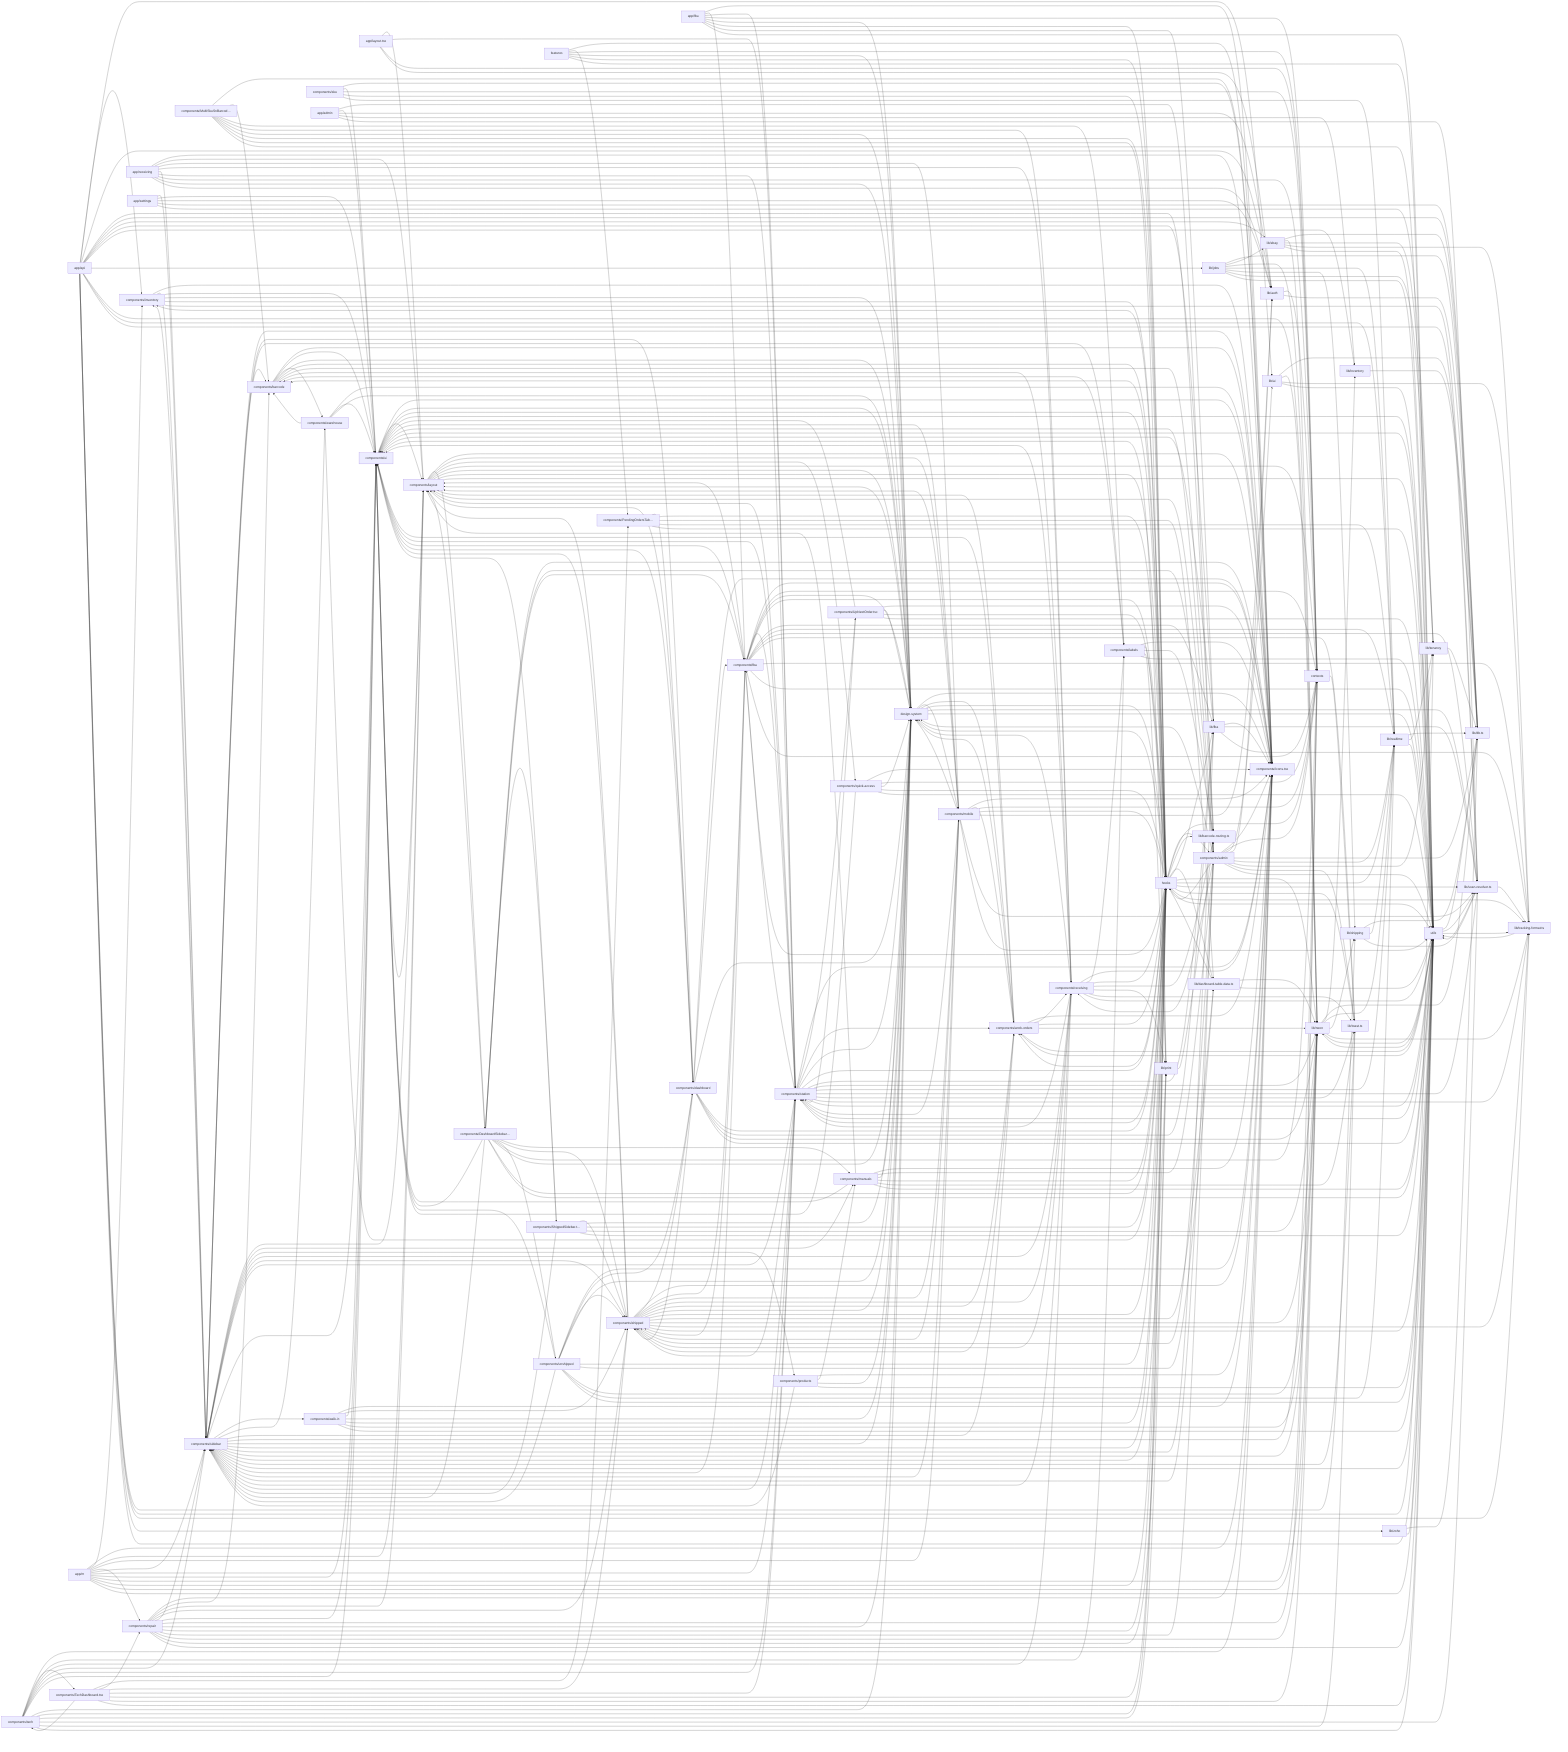
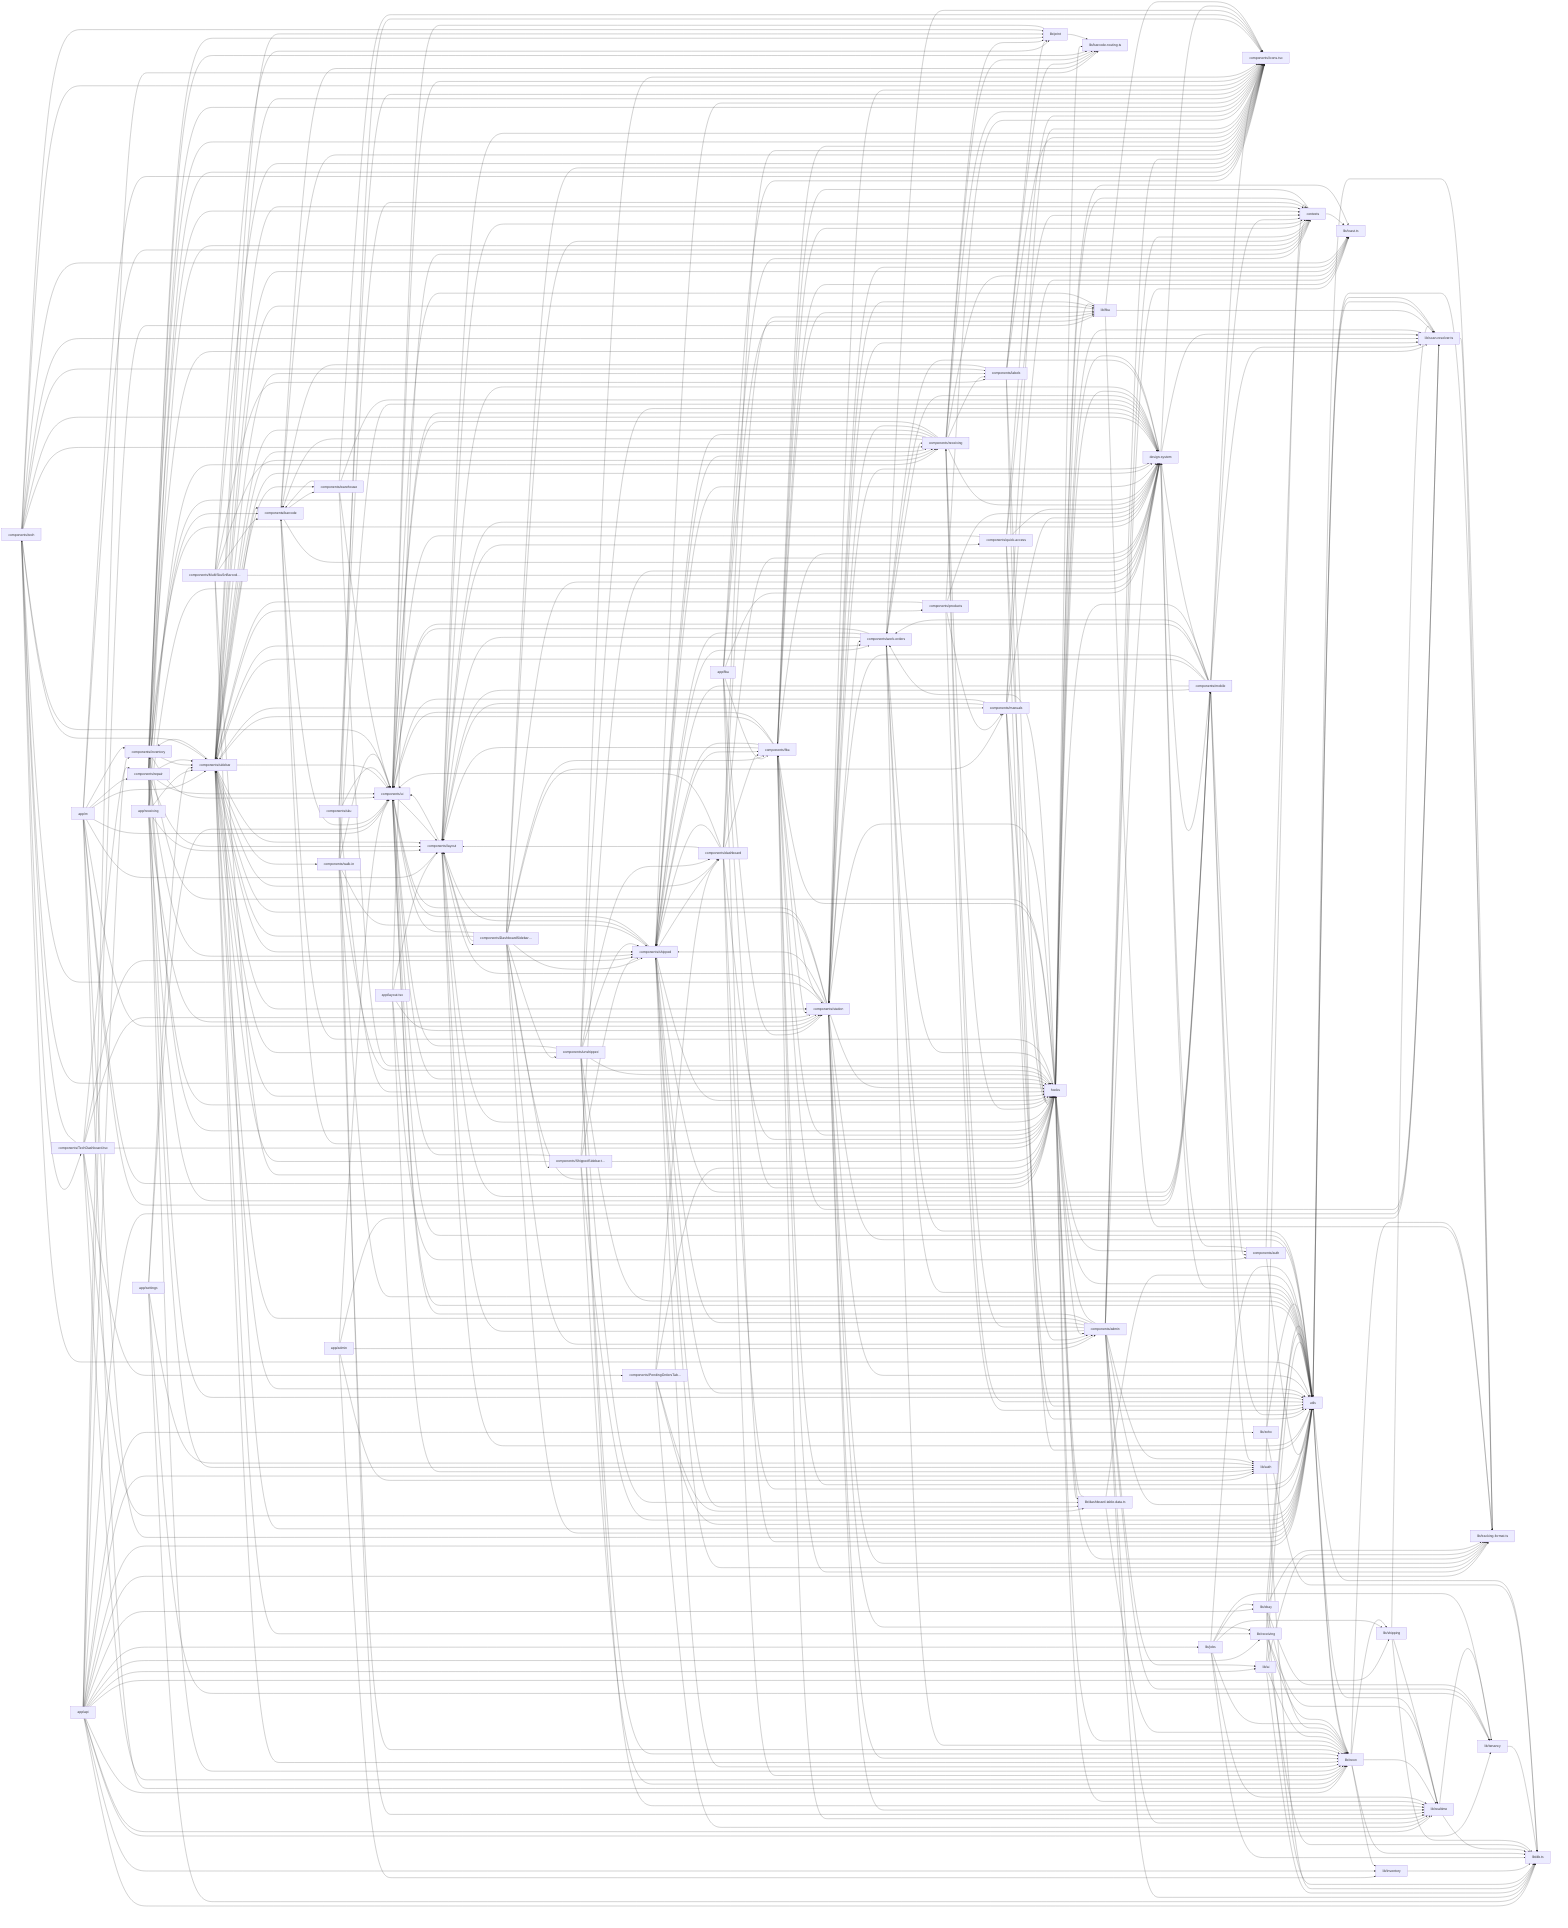
flowchart LR
  app_api["app/api"]
  click app_api "src/app/api/scan-tracking/route.ts" "Open src/app/api/scan-tracking/route.ts"
  hooks["hooks"]
  click hooks "src/hooks/_lifecycle.ts" "Open src/hooks/_lifecycle.ts"
  utils["utils"]
  click utils "src/utils/upnext-shared.ts" "Open src/utils/upnext-shared.ts"
+   components_sidebar["components/sidebar"]
+   click components_sidebar "src/components/sidebar/DeviceModeToggle.tsx" "Open src/components/sidebar/DeviceModeToggle.tsx"
  components_Icons_tsx["components/Icons.tsx"]
  click components_Icons_tsx "src/components/Icons.tsx" "Open src/components/Icons.tsx"
-   components_sidebar["components/sidebar"]
-   click components_sidebar "src/components/sidebar/DeviceModeToggle.tsx" "Open src/components/sidebar/DeviceModeToggle.tsx"
  design_system["design-system"]
  click design_system "src/design-system/index.ts" "Open src/design-system/index.ts"
  components_ui["components/ui"]
  click components_ui "src/components/ui/DeleteButton.tsx" "Open src/components/ui/DeleteButton.tsx"
  lib_db_ts["lib/db.ts"]
  click lib_db_ts "src/lib/db.ts" "Open src/lib/db.ts"
  components_station["components/station"]
  click components_station "src/components/station/BarcodeScanner.tsx" "Open src/components/station/BarcodeScanner.tsx"
  components_shipped["components/shipped"]
  click components_shipped "src/components/shipped/DateGroupHeader.tsx" "Open src/components/shipped/DateGroupHeader.tsx"
  components_layout["components/layout"]
  click components_layout "src/components/layout/OfflineBanner.tsx" "Open src/components/layout/OfflineBanner.tsx"
  lib_neon["lib/neon"]
  click lib_neon "src/lib/neon/serial-units-queries.ts" "Open src/lib/neon/serial-units-queries.ts"
  contexts["contexts"]
  click contexts "src/contexts/HeaderContext.tsx" "Open src/contexts/HeaderContext.tsx"
  components_admin["components/admin"]
  click components_admin "src/components/admin/AccessSidebarPanel.tsx" "Open src/components/admin/AccessSidebarPanel.tsx"
  components_receiving["components/receiving"]
  click components_receiving "src/components/receiving/Mode2Unboxing.tsx" "Open src/components/receiving/Mode2Unboxing.tsx"
  components_mobile["components/mobile"]
  click components_mobile "src/components/mobile/ScanSurface.tsx" "Open src/components/mobile/ScanSurface.tsx"
  components_fba["components/fba"]
  click components_fba "src/components/fba/FbaShippedTable.tsx" "Open src/components/fba/FbaShippedTable.tsx"
  components_work_orders["components/work-orders"]
  click components_work_orders "src/components/work-orders/WorkOrderInfoStrip.tsx" "Open src/components/work-orders/WorkOrderInfoStrip.tsx"
  lib_realtime["lib/realtime"]
  click lib_realtime "src/lib/realtime/db-events.ts" "Open src/lib/realtime/db-events.ts"
  components_repair["components/repair"]
  click components_repair "src/components/repair/SignaturePad.tsx" "Open src/components/repair/SignaturePad.tsx"
  lib_auth["lib/auth"]
  click lib_auth "src/lib/auth/permission-registry.ts" "Open src/lib/auth/permission-registry.ts"
  components_DashboardSidebar_tsx["components/DashboardSidebar…"]
  click components_DashboardSidebar_tsx "src/components/DashboardSidebar.tsx" "Open src/components/DashboardSidebar.tsx"
  components_tech["components/tech"]
  click components_tech "src/components/tech/UpNextActionDock.tsx" "Open src/components/tech/UpNextActionDock.tsx"
  lib_scan_resolver_ts["lib/scan-resolver.ts"]
  click lib_scan_resolver_ts "src/lib/scan-resolver.ts" "Open src/lib/scan-resolver.ts"
  lib_tracking_format_ts["lib/tracking-format.ts"]
  click lib_tracking_format_ts "src/lib/tracking-format.ts" "Open src/lib/tracking-format.ts"
  components_dashboard["components/dashboard"]
  click components_dashboard "src/components/dashboard/StockZohoOrdersTable.tsx" "Open src/components/dashboard/StockZohoOrdersTable.tsx"
  components_barcode["components/barcode"]
  click components_barcode "src/components/barcode/SkuInput.tsx" "Open src/components/barcode/SkuInput.tsx"
  lib_jobs["lib/jobs"]
  click lib_jobs "src/lib/jobs/ebay-sync.ts" "Open src/lib/jobs/ebay-sync.ts"
  app_m["app/m"]
  click app_m "src/app/m/layout.tsx" "Open src/app/m/layout.tsx"
  components_unshipped["components/unshipped"]
  click components_unshipped "src/components/unshipped/UnshippedTable.tsx" "Open src/components/unshipped/UnshippedTable.tsx"
  components_manuals["components/manuals"]
  click components_manuals "src/components/manuals/ManualsLibrarySidebar.tsx" "Open src/components/manuals/ManualsLibrarySidebar.tsx"
  components_inventory["components/inventory"]
  click components_inventory "src/components/inventory/InventoryShell.tsx" "Open src/components/inventory/InventoryShell.tsx"
  lib_fba["lib/fba"]
  click lib_fba "src/lib/fba/board-item.ts" "Open src/lib/fba/board-item.ts"
  app_receiving["app/receiving"]
  click app_receiving "src/app/receiving/page.tsx" "Open src/app/receiving/page.tsx"
  components_walk_in["components/walk-in"]
  click components_walk_in "src/components/walk-in/SalesDetailsPanel.tsx" "Open src/components/walk-in/SalesDetailsPanel.tsx"
  lib_tenancy["lib/tenancy"]
  click lib_tenancy "src/lib/tenancy/db.test.ts" "Open src/lib/tenancy/db.test.ts"
  components_TechDashboard_tsx["components/TechDashboard.tsx"]
  click components_TechDashboard_tsx "src/components/TechDashboard.tsx" "Open src/components/TechDashboard.tsx"
  components_labels["components/labels"]
  click components_labels "src/components/labels/ReceivingCartonLabel.tsx" "Open src/components/labels/ReceivingCartonLabel.tsx"
  components_warehouse["components/warehouse"]
  click components_warehouse "src/components/warehouse/roomFinderContext.tsx" "Open src/components/warehouse/roomFinderContext.tsx"
  lib_toast_ts["lib/toast.ts"]
  click lib_toast_ts "src/lib/toast.ts" "Open src/lib/toast.ts"
  lib_print["lib/print"]
  click lib_print "src/lib/print/printRepairLabel.ts" "Open src/lib/print/printRepairLabel.ts"
  app_layout_tsx["app/layout.tsx"]
  click app_layout_tsx "src/app/layout.tsx" "Open src/app/layout.tsx"
  components_ShippedSidebar_tsx["components/ShippedSidebar.t…"]
  click components_ShippedSidebar_tsx "src/components/ShippedSidebar.tsx" "Open src/components/ShippedSidebar.tsx"
  components_quick_access["components/quick-access"]
  click components_quick_access "src/components/quick-access/RecentSection.tsx" "Open src/components/quick-access/RecentSection.tsx"
  components_sku["components/sku"]
  click components_sku "src/components/sku/BinRowDetailsSheet.tsx" "Open src/components/sku/BinRowDetailsSheet.tsx"
  lib_shipping["lib/shipping"]
  click lib_shipping "src/lib/shipping/repository.ts" "Open src/lib/shipping/repository.ts"
-   lib_ebay["lib/ebay"]
-   click lib_ebay "src/lib/ebay/token-refresh.ts" "Open src/lib/ebay/token-refresh.ts"
  lib_ai["lib/ai"]
  click lib_ai "src/lib/ai/date-range.test.ts" "Open src/lib/ai/date-range.test.ts"
+   lib_receiving["lib/receiving"]
+   click lib_receiving "src/lib/receiving/zoho-serial-sync.ts" "Open src/lib/receiving/zoho-serial-sync.ts"
  app_fba["app/fba"]
  click app_fba "src/app/fba/page.tsx" "Open src/app/fba/page.tsx"
  components_MultiSkuSnBarcode_tsx["components/MultiSkuSnBarcod…"]
  click components_MultiSkuSnBarcode_tsx "src/components/MultiSkuSnBarcode.tsx" "Open src/components/MultiSkuSnBarcode.tsx"
  components_PendingOrdersTable_tsx["components/PendingOrdersTab…"]
  click components_PendingOrdersTable_tsx "src/components/PendingOrdersTable.tsx" "Open src/components/PendingOrdersTable.tsx"
  components_products["components/products"]
  click components_products "src/components/products/types.ts" "Open src/components/products/types.ts"
+   components_auth["components/auth"]
+   click components_auth "src/components/auth/StepUpModal.tsx" "Open src/components/auth/StepUpModal.tsx"
  lib_dashboard_table_data_ts["lib/dashboard-table-data.ts"]
  click lib_dashboard_table_data_ts "src/lib/dashboard-table-data.ts" "Open src/lib/dashboard-table-data.ts"
  lib_barcode_routing_ts["lib/barcode-routing.ts"]
  click lib_barcode_routing_ts "src/lib/barcode-routing.ts" "Open src/lib/barcode-routing.ts"
  lib_zoho["lib/zoho"]
  click lib_zoho "src/lib/zoho/mock.ts" "Open src/lib/zoho/mock.ts"
+   lib_ebay["lib/ebay"]
+   click lib_ebay "src/lib/ebay/token-refresh.ts" "Open src/lib/ebay/token-refresh.ts"
  lib_inventory["lib/inventory"]
  click lib_inventory "src/lib/inventory/internal-gtin.ts" "Open src/lib/inventory/internal-gtin.ts"
  app_settings["app/settings"]
  click app_settings "src/app/settings/page.tsx" "Open src/app/settings/page.tsx"
  app_admin["app/admin"]
  click app_admin "src/app/admin/page.tsx" "Open src/app/admin/page.tsx"
-   features["features"]
-   click features "src/features/operations/operations-data-sources.ts" "Open src/features/operations/operations-data-sources.ts"
-   components_UpNextOrder_tsx["components/UpNextOrder.tsx"]
-   click components_UpNextOrder_tsx "src/components/UpNextOrder.tsx" "Open src/components/UpNextOrder.tsx"
  app_admin --> components_admin
  app_admin --> components_ui
  app_admin --> lib_auth
  app_admin --> lib_inventory
  app_admin --> lib_scan_resolver_ts
  app_api --> components_inventory
  app_api --> lib_ai
  app_api --> lib_auth
  app_api --> lib_barcode_routing_ts
  app_api --> lib_db_ts
  app_api --> lib_ebay
  app_api --> lib_fba
  app_api --> lib_inventory
  app_api --> lib_jobs
  app_api --> lib_neon
  app_api --> lib_realtime
+   app_api --> lib_receiving
  app_api --> lib_scan_resolver_ts
  app_api --> lib_shipping
  app_api --> lib_tenancy
  app_api --> lib_tracking_format_ts
  app_api --> lib_zoho
  app_api --> utils
  app_fba --> components_Icons_tsx
  app_fba --> components_fba
  app_fba --> components_station
  app_fba --> contexts
  app_fba --> design_system
  app_fba --> hooks
  app_fba --> lib_fba
  app_fba --> utils
+   app_layout_tsx --> components_auth
  app_layout_tsx --> components_layout
  app_layout_tsx --> components_station
  app_layout_tsx --> contexts
  app_layout_tsx --> lib_auth
  app_m --> components_Icons_tsx
  app_m --> components_inventory
  app_m --> components_layout
  app_m --> components_mobile
  app_m --> components_repair
  app_m --> components_sidebar
  app_m --> components_station
  app_m --> components_ui
  app_m --> contexts
  app_m --> hooks
  app_m --> lib_neon
  app_m --> utils
  app_receiving --> components_Icons_tsx
  app_receiving --> components_layout
  app_receiving --> components_mobile
  app_receiving --> components_receiving
  app_receiving --> components_sidebar
  app_receiving --> components_station
  app_receiving --> contexts
  app_receiving --> design_system
  app_receiving --> lib_auth
  app_settings --> components_sidebar
  app_settings --> components_ui
  app_settings --> lib_auth
  app_settings --> lib_db_ts
  app_settings --> lib_tenancy
  components_DashboardSidebar_tsx --> components_Icons_tsx
  components_DashboardSidebar_tsx --> components_ShippedSidebar_tsx
  components_DashboardSidebar_tsx --> components_admin
  components_DashboardSidebar_tsx --> components_fba
  components_DashboardSidebar_tsx --> components_layout
  components_DashboardSidebar_tsx --> components_manuals
  components_DashboardSidebar_tsx --> components_shipped
  components_DashboardSidebar_tsx --> components_sidebar
  components_DashboardSidebar_tsx --> components_ui
  components_DashboardSidebar_tsx --> components_unshipped
  components_DashboardSidebar_tsx --> contexts
  components_DashboardSidebar_tsx --> design_system
  components_DashboardSidebar_tsx --> hooks
  components_DashboardSidebar_tsx --> utils
  components_MultiSkuSnBarcode_tsx --> components_Icons_tsx
  components_MultiSkuSnBarcode_tsx --> components_barcode
  components_MultiSkuSnBarcode_tsx --> components_labels
  components_MultiSkuSnBarcode_tsx --> components_receiving
  components_MultiSkuSnBarcode_tsx --> design_system
  components_MultiSkuSnBarcode_tsx --> hooks
  components_MultiSkuSnBarcode_tsx --> lib_print
  components_MultiSkuSnBarcode_tsx --> utils
  components_PendingOrdersTable_tsx --> components_dashboard
  components_PendingOrdersTable_tsx --> hooks
  components_PendingOrdersTable_tsx --> lib_dashboard_table_data_ts
  components_PendingOrdersTable_tsx --> lib_realtime
  components_PendingOrdersTable_tsx --> utils
  components_ShippedSidebar_tsx --> components_shipped
  components_ShippedSidebar_tsx --> components_sidebar
  components_ShippedSidebar_tsx --> components_ui
  components_ShippedSidebar_tsx --> design_system
  components_ShippedSidebar_tsx --> hooks
  components_ShippedSidebar_tsx --> lib_neon
  components_ShippedSidebar_tsx --> utils
  components_TechDashboard_tsx --> components_PendingOrdersTable_tsx
  components_TechDashboard_tsx --> components_repair
  components_TechDashboard_tsx --> components_shipped
  components_TechDashboard_tsx --> components_station
  components_TechDashboard_tsx --> components_tech
  components_TechDashboard_tsx --> hooks
  components_TechDashboard_tsx --> lib_neon
  components_TechDashboard_tsx --> utils
-   components_UpNextOrder_tsx --> components_Icons_tsx
-   components_UpNextOrder_tsx --> components_station
-   components_UpNextOrder_tsx --> components_ui
-   components_UpNextOrder_tsx --> design_system
-   components_UpNextOrder_tsx --> hooks
-   components_UpNextOrder_tsx --> utils
  components_admin --> components_Icons_tsx
  components_admin --> components_layout
  components_admin --> components_receiving
  components_admin --> components_shipped
  components_admin --> components_sidebar
  components_admin --> components_ui
  components_admin --> contexts
  components_admin --> design_system
  components_admin --> hooks
  components_admin --> lib_ai
  components_admin --> lib_auth
  components_admin --> lib_db_ts
  components_admin --> lib_realtime
  components_admin --> lib_tenancy
  components_admin --> lib_toast_ts
  components_admin --> utils
+   components_auth --> contexts
+   components_auth --> design_system
+   components_auth --> utils
  components_barcode --> components_Icons_tsx
  components_barcode --> components_ui
  components_barcode --> components_warehouse
  components_barcode --> design_system
  components_barcode --> hooks
  components_barcode --> lib_barcode_routing_ts
  components_dashboard --> components_Icons_tsx
  components_dashboard --> components_fba
  components_dashboard --> components_layout
  components_dashboard --> components_shipped
  components_dashboard --> components_ui
  components_dashboard --> design_system
  components_dashboard --> hooks
  components_dashboard --> lib_fba
  components_dashboard --> lib_neon
  components_dashboard --> utils
  components_fba --> components_Icons_tsx
  components_fba --> components_layout
  components_fba --> components_shipped
  components_fba --> components_sidebar
  components_fba --> components_station
  components_fba --> components_ui
  components_fba --> contexts
  components_fba --> design_system
  components_fba --> hooks
  components_fba --> lib_fba
  components_fba --> lib_realtime
  components_fba --> lib_scan_resolver_ts
  components_fba --> lib_toast_ts
  components_fba --> lib_tracking_format_ts
  components_fba --> utils
  components_inventory --> components_Icons_tsx
  components_inventory --> components_sidebar
  components_inventory --> components_ui
  components_inventory --> design_system
  components_inventory --> hooks
  components_inventory --> lib_scan_resolver_ts
  components_labels --> components_Icons_tsx
  components_labels --> components_barcode
  components_labels --> hooks
  components_labels --> lib_barcode_routing_ts
  components_labels --> lib_print
  components_labels --> utils
  components_layout --> components_DashboardSidebar_tsx
  components_layout --> components_Icons_tsx
  components_layout --> components_mobile
  components_layout --> components_quick_access
  components_layout --> components_ui
  components_layout --> contexts
  components_layout --> design_system
  components_layout --> hooks
  components_layout --> utils
  components_manuals --> components_Icons_tsx
  components_manuals --> components_admin
  components_manuals --> components_layout
  components_manuals --> components_ui
  components_manuals --> design_system
  components_manuals --> hooks
  components_manuals --> lib_toast_ts
  components_manuals --> utils
  components_mobile --> components_Icons_tsx
+   components_mobile --> components_auth
  components_mobile --> components_layout
  components_mobile --> components_shipped
  components_mobile --> components_sidebar
  components_mobile --> components_station
  components_mobile --> components_ui
  components_mobile --> components_work_orders
  components_mobile --> contexts
  components_mobile --> design_system
  components_mobile --> hooks
  components_mobile --> lib_auth
  components_mobile --> lib_scan_resolver_ts
  components_mobile --> utils
  components_products --> components_Icons_tsx
  components_products --> components_manuals
  components_products --> components_sidebar
  components_products --> design_system
  components_products --> utils
  components_quick_access --> components_Icons_tsx
  components_quick_access --> components_ui
  components_quick_access --> contexts
  components_quick_access --> design_system
  components_quick_access --> hooks
  components_quick_access --> utils
  components_receiving --> components_Icons_tsx
  components_receiving --> components_barcode
  components_receiving --> components_labels
  components_receiving --> components_shipped
  components_receiving --> components_sidebar
  components_receiving --> components_station
  components_receiving --> components_ui
  components_receiving --> design_system
  components_receiving --> hooks
  components_receiving --> lib_barcode_routing_ts
  components_receiving --> lib_print
  components_receiving --> lib_toast_ts
  components_receiving --> utils
  components_repair --> components_Icons_tsx
  components_repair --> components_barcode
  components_repair --> components_layout
  components_repair --> components_shipped
  components_repair --> components_sidebar
  components_repair --> components_ui
  components_repair --> contexts
  components_repair --> design_system
  components_repair --> hooks
  components_repair --> lib_barcode_routing_ts
  components_repair --> lib_neon
  components_repair --> lib_print
  components_repair --> utils
  components_shipped --> components_Icons_tsx
  components_shipped --> components_dashboard
  components_shipped --> components_fba
  components_shipped --> components_layout
  components_shipped --> components_mobile
  components_shipped --> components_receiving
  components_shipped --> components_ui
  components_shipped --> components_work_orders
  components_shipped --> design_system
  components_shipped --> hooks
  components_shipped --> lib_dashboard_table_data_ts
  components_shipped --> lib_neon
  components_shipped --> lib_tracking_format_ts
  components_shipped --> utils
  components_sidebar --> components_Icons_tsx
  components_sidebar --> components_barcode
  components_sidebar --> components_dashboard
  components_sidebar --> components_inventory
  components_sidebar --> components_labels
  components_sidebar --> components_layout
  components_sidebar --> components_manuals
  components_sidebar --> components_products
  components_sidebar --> components_receiving
  components_sidebar --> components_shipped
  components_sidebar --> components_station
  components_sidebar --> components_ui
  components_sidebar --> components_walk_in
  components_sidebar --> components_warehouse
  components_sidebar --> components_work_orders
  components_sidebar --> contexts
  components_sidebar --> design_system
  components_sidebar --> hooks
  components_sidebar --> lib_fba
  components_sidebar --> lib_neon
  components_sidebar --> lib_print
+   components_sidebar --> lib_receiving
  components_sidebar --> lib_toast_ts
  components_sidebar --> utils
  components_sku --> components_Icons_tsx
  components_sku --> components_ui
  components_sku --> contexts
  components_sku --> hooks
  components_sku --> lib_realtime
  components_station --> components_Icons_tsx
-   components_station --> components_UpNextOrder_tsx
  components_station --> components_fba
  components_station --> components_layout
  components_station --> components_shipped
  components_station --> components_sidebar
  components_station --> components_ui
  components_station --> components_work_orders
  components_station --> design_system
  components_station --> hooks
  components_station --> lib_fba
  components_station --> lib_neon
  components_station --> lib_realtime
+   components_station --> lib_receiving
  components_station --> lib_scan_resolver_ts
  components_station --> lib_toast_ts
  components_station --> lib_tracking_format_ts
  components_station --> utils
  components_tech --> components_Icons_tsx
  components_tech --> components_TechDashboard_tsx
  components_tech --> components_labels
  components_tech --> components_receiving
  components_tech --> components_sidebar
  components_tech --> components_station
  components_tech --> components_ui
  components_tech --> design_system
  components_tech --> hooks
  components_tech --> lib_print
  components_tech --> lib_scan_resolver_ts
  components_tech --> lib_toast_ts
  components_tech --> utils
  components_ui --> components_Icons_tsx
  components_ui --> components_layout
  components_ui --> design_system
  components_ui --> hooks
  components_ui --> utils
  components_unshipped --> components_Icons_tsx
  components_unshipped --> components_dashboard
  components_unshipped --> components_shipped
  components_unshipped --> components_sidebar
  components_unshipped --> components_ui
  components_unshipped --> design_system
  components_unshipped --> hooks
  components_unshipped --> lib_dashboard_table_data_ts
  components_unshipped --> lib_neon
  components_unshipped --> lib_realtime
  components_unshipped --> utils
  components_walk_in --> components_Icons_tsx
  components_walk_in --> components_shipped
  components_walk_in --> components_ui
  components_walk_in --> design_system
  components_walk_in --> hooks
  components_walk_in --> lib_neon
  components_walk_in --> utils
  components_warehouse --> components_Icons_tsx
  components_warehouse --> components_barcode
  components_warehouse --> components_ui
  components_warehouse --> design_system
  components_warehouse --> hooks
  components_work_orders --> components_Icons_tsx
  components_work_orders --> components_layout
  components_work_orders --> components_receiving
  components_work_orders --> components_shipped
  components_work_orders --> components_ui
  components_work_orders --> design_system
  components_work_orders --> hooks
  components_work_orders --> lib_neon
  components_work_orders --> utils
  contexts --> components_fba
  contexts --> lib_toast_ts
  design_system --> components_Icons_tsx
  design_system --> components_layout
  design_system --> components_mobile
  design_system --> components_work_orders
  design_system --> hooks
  design_system --> lib_scan_resolver_ts
  design_system --> utils
-   features --> components_Icons_tsx
-   features --> components_PendingOrdersTable_tsx
-   features --> contexts
-   features --> design_system
-   features --> hooks
-   features --> utils
  hooks --> components_admin
+   hooks --> components_auth
  hooks --> components_barcode
  hooks --> components_fba
  hooks --> components_inventory
  hooks --> components_station
  hooks --> components_work_orders
  hooks --> contexts
  hooks --> design_system
  hooks --> lib_barcode_routing_ts
  hooks --> lib_dashboard_table_data_ts
  hooks --> lib_fba
  hooks --> lib_neon
  hooks --> lib_realtime
  hooks --> lib_scan_resolver_ts
  hooks --> lib_toast_ts
  hooks --> lib_tracking_format_ts
  hooks --> utils
  lib_ai --> lib_db_ts
  lib_ai --> lib_neon
  lib_ai --> lib_tracking_format_ts
  lib_ai --> utils
  lib_auth --> contexts
  lib_auth --> lib_db_ts
  lib_dashboard_table_data_ts --> hooks
  lib_dashboard_table_data_ts --> lib_neon
  lib_dashboard_table_data_ts --> utils
  lib_ebay --> lib_db_ts
  lib_ebay --> lib_neon
  lib_ebay --> lib_tenancy
  lib_ebay --> lib_tracking_format_ts
  lib_ebay --> utils
  lib_fba --> components_Icons_tsx
  lib_fba --> components_ui
  lib_fba --> lib_scan_resolver_ts
  lib_fba --> lib_tracking_format_ts
  lib_inventory --> lib_db_ts
  lib_jobs --> lib_db_ts
  lib_jobs --> lib_ebay
  lib_jobs --> lib_neon
  lib_jobs --> lib_realtime
  lib_jobs --> lib_shipping
  lib_jobs --> lib_tenancy
  lib_jobs --> utils
  lib_neon --> lib_db_ts
  lib_neon --> lib_inventory
  lib_neon --> lib_realtime
  lib_neon --> lib_shipping
  lib_neon --> lib_tracking_format_ts
  lib_neon --> utils
  lib_print --> components_ui
  lib_print --> lib_barcode_routing_ts
  lib_realtime --> lib_db_ts
  lib_realtime --> lib_tenancy
  lib_realtime --> utils
+   lib_receiving --> lib_db_ts
+   lib_receiving --> lib_neon
+   lib_receiving --> lib_realtime
+   lib_receiving --> utils
  lib_scan_resolver_ts --> lib_tracking_format_ts
  lib_scan_resolver_ts --> utils
  lib_shipping --> lib_db_ts
  lib_shipping --> lib_realtime
  lib_shipping --> lib_scan_resolver_ts
  lib_tenancy --> lib_db_ts
  lib_tracking_format_ts --> utils
  lib_zoho --> lib_db_ts
  lib_zoho --> utils
  utils --> components_station
  utils --> components_ui
  utils --> components_work_orders
  utils --> lib_db_ts
  utils --> lib_neon
  utils --> lib_scan_resolver_ts
  utils --> lib_tracking_format_ts
  %% truncated: 170 more groups not shown